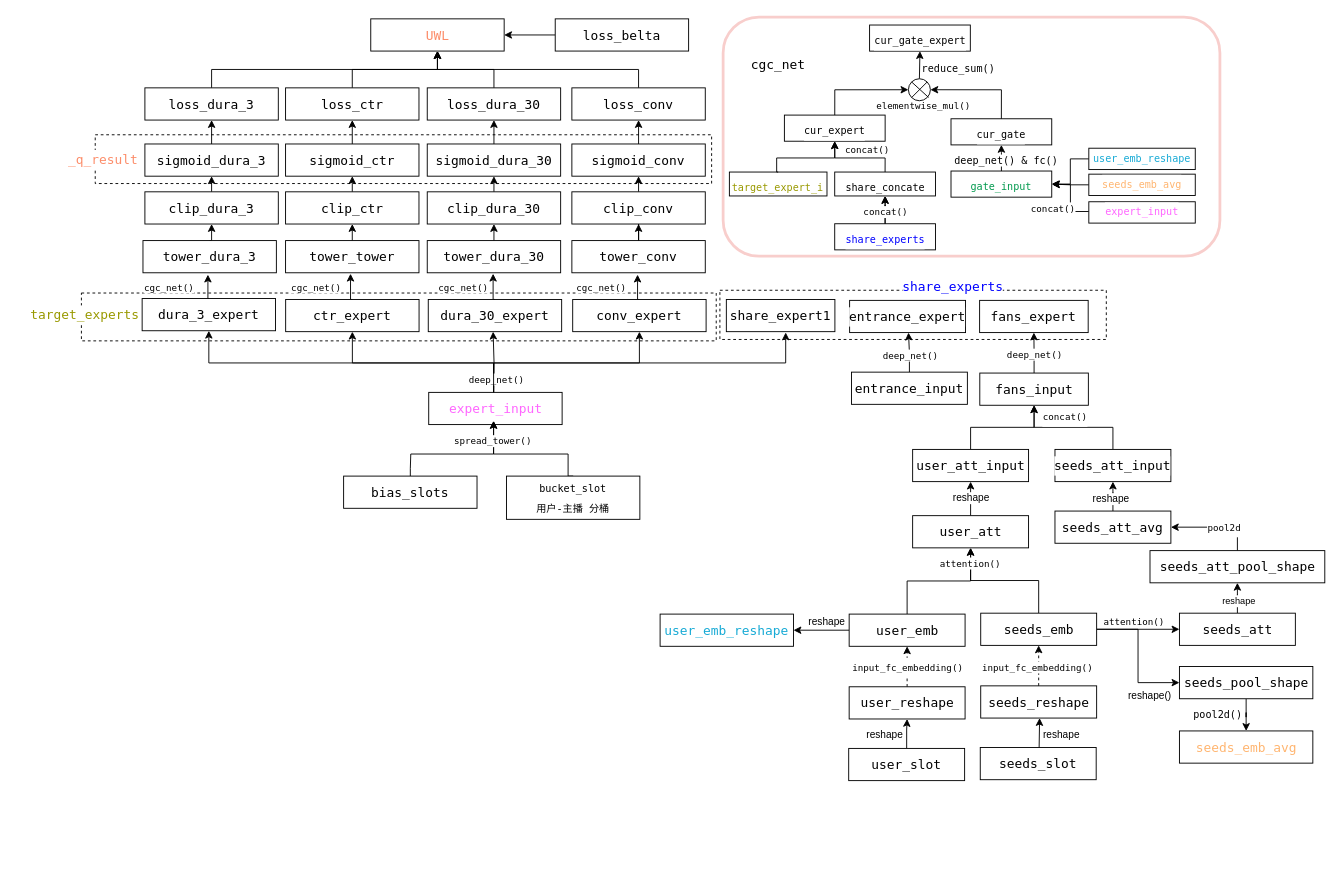
Above: immer_cgc_model.drawio in snorlaxse/draw.io (draw.io), before the change. Source tidied: cells renumbered, new cells numbered last; positions are measured from the earlier drawing's top-left corner, leaving out a move shared by most shapes. Both pictures are drawn from the tidied source at 92%, with x=0, y=0 at pixel (15, 17).
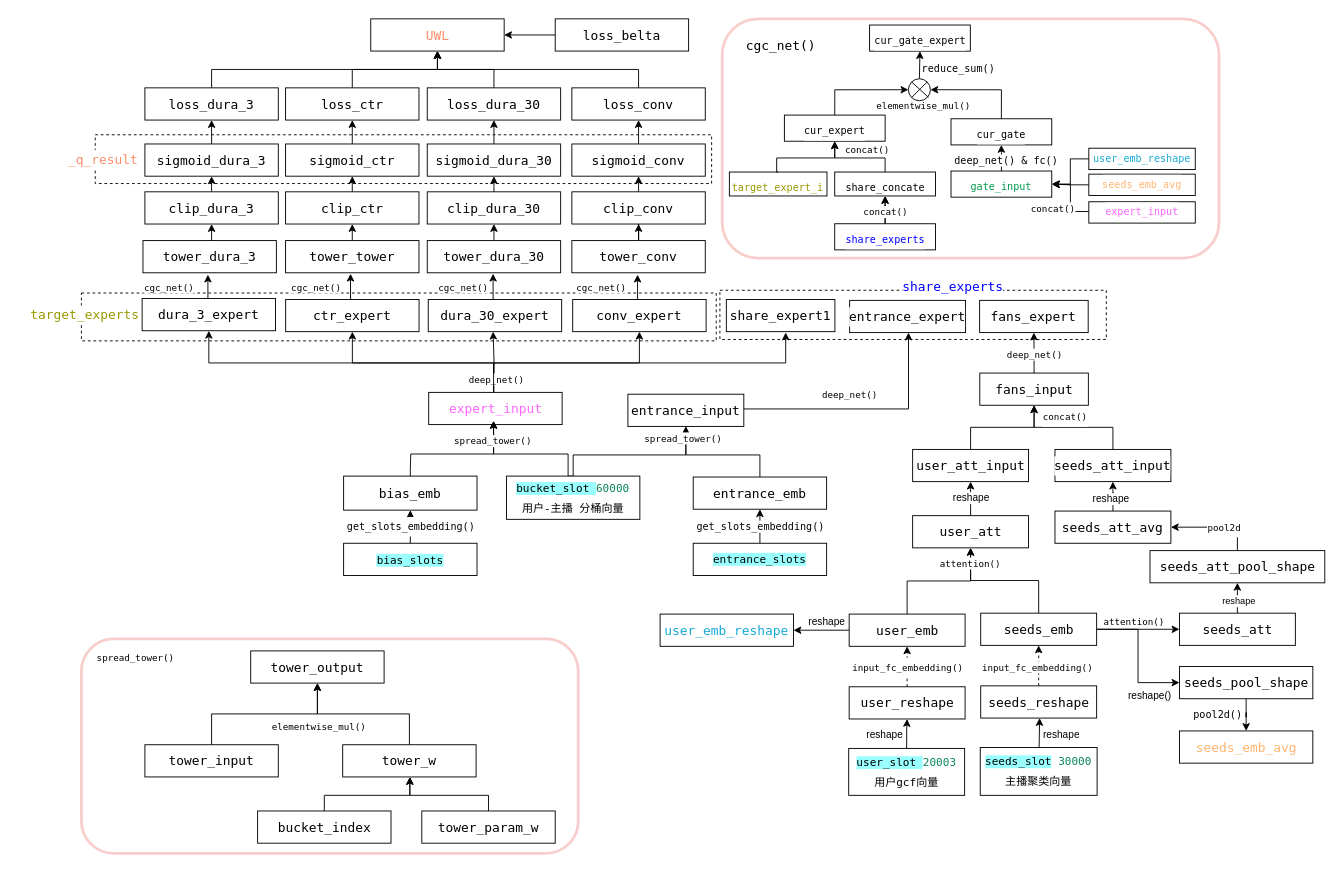
After the change.

Unchanged cells that the change refers to:
```xml
<mxCell id="138" style="group;rotation=0;fontSize=11;" parent="1" vertex="1">
  <mxGeometry x="970.9" y="67.1" width="25.3" height="24.3" as="geometry" />
</mxCell>
```

Diff of the diagram source:
```diff
@@
     <mxCell id="2" style="rounded=1;whiteSpace=wrap;html=1;fillColor=none;strokeColor=#f8cecc;strokeWidth=3;fontSize=11;" parent="1" vertex="1">
-      <mxGeometry x="769.5" width="540" height="260" as="geometry" />
+      <mxGeometry x="768.5" y="2" width="540" height="260" as="geometry" />
     </mxCell>
@@
-    <mxCell id="20" value="&lt;div style=&quot;background-color: rgb(255, 255, 255); font-family: &amp;quot;Fira Code&amp;quot;, Menlo, Monaco, &amp;quot;Courier New&amp;quot;, monospace; font-size: 14px; line-height: 21px; white-space: pre;&quot;&gt;&lt;div style=&quot;line-height: 21px;&quot;&gt;&lt;div style=&quot;line-height: 21px;&quot;&gt;bias_slots&lt;br&gt;&lt;/div&gt;&lt;/div&gt;&lt;/div&gt;" style="rounded=0;whiteSpace=wrap;html=1;" parent="1" vertex="1">
-      <mxGeometry x="357" y="499" width="145" height="35" as="geometry" />
+    <mxCell id="20" value="&lt;div style=&quot;font-family: &amp;quot;Fira Code&amp;quot;, Menlo, Monaco, &amp;quot;Courier New&amp;quot;, monospace; font-size: 14px; line-height: 21px; white-space: pre;&quot;&gt;&lt;div style=&quot;line-height: 21px;&quot;&gt;&lt;div style=&quot;line-height: 21px;&quot;&gt;&lt;div style=&quot;background-color: rgb(255, 255, 255); line-height: 21px;&quot;&gt;bias_emb&lt;/div&gt;&lt;/div&gt;&lt;/div&gt;&lt;/div&gt;" style="rounded=0;whiteSpace=wrap;html=1;" parent="1" vertex="1">
+      <mxGeometry x="357" y="499" width="145" height="37" as="geometry" />
     </mxCell>
@@
+    <mxCell id="150" style="edgeStyle=orthogonalEdgeStyle;rounded=0;jettySize=auto;html=1;exitX=0.5;exitY=0;exitDx=0;exitDy=0;" parent="1" edge="1" source="23" target="40">
+      <mxGeometry relative="1" as="geometry">
+        <Array as="points">
+          <mxPoint x="607" y="476" />
+          <mxPoint x="729" y="476" />
+        </Array>
+      </mxGeometry>
+    </mxCell>
-    <mxCell id="23" value="&lt;div style=&quot;background-color: rgb(255, 255, 255); font-family: &amp;quot;Fira Code&amp;quot;, Menlo, Monaco, &amp;quot;Courier New&amp;quot;, monospace; line-height: 21px; white-space: pre;&quot;&gt;&lt;div style=&quot;line-height: 21px;&quot;&gt;&lt;div style=&quot;line-height: 21px;&quot;&gt;&lt;div style=&quot;line-height: 21px;&quot;&gt;&lt;div style=&quot;line-height: 21px;&quot;&gt;&lt;div style=&quot;line-height: 21px;&quot;&gt;&lt;font style=&quot;font-size: 11px;&quot;&gt;bucket_slot&lt;/font&gt;&lt;/div&gt;&lt;div style=&quot;line-height: 21px;&quot;&gt;&lt;font style=&quot;font-size: 11px;&quot;&gt;用户-主播 分桶&lt;/font&gt;&lt;/div&gt;&lt;/div&gt;&lt;/div&gt;&lt;/div&gt;&lt;/div&gt;&lt;/div&gt;" style="rounded=0;whiteSpace=wrap;html=1;" parent="1" vertex="1">
+    <mxCell id="23" value="&lt;div style=&quot;font-family: &amp;quot;Fira Code&amp;quot;, Menlo, Monaco, &amp;quot;Courier New&amp;quot;, monospace; line-height: 21px; white-space: pre;&quot;&gt;&lt;div style=&quot;line-height: 21px;&quot;&gt;&lt;div style=&quot;line-height: 21px;&quot;&gt;&lt;div style=&quot;line-height: 21px;&quot;&gt;&lt;div style=&quot;line-height: 21px;&quot;&gt;&lt;div style=&quot;line-height: 21px;&quot;&gt;&lt;font style=&quot;font-size: 12px;&quot;&gt;&lt;font style=&quot;background-color: rgb(153, 255, 255);&quot;&gt;bucket_slot &lt;/font&gt;&lt;span style=&quot;color: rgb(9, 134, 88); background-color: rgb(255, 255, 255);&quot;&gt;60000&lt;/span&gt;&lt;/font&gt;&lt;/div&gt;&lt;div style=&quot;background-color: rgb(255, 255, 255); line-height: 21px;&quot;&gt;&lt;font style=&quot;font-size: 12px;&quot;&gt;用户-主播 分桶向量&lt;/font&gt;&lt;/div&gt;&lt;/div&gt;&lt;/div&gt;&lt;/div&gt;&lt;/div&gt;&lt;/div&gt;" style="rounded=0;whiteSpace=wrap;html=1;" parent="1" vertex="1">
       <mxGeometry x="534" y="499" width="145" height="47" as="geometry" />
     </mxCell>
@@
     <mxCell id="38" style="edgeStyle=orthogonalEdgeStyle;rounded=0;jettySize=auto;html=1;exitX=0.5;exitY=0;exitDx=0;exitDy=0;entryX=0.5;entryY=1;entryDx=0;entryDy=0;" parent="1" edge="1" source="40">
       <mxGeometry relative="1" as="geometry">
         <mxPoint x="971" y="343" as="targetPoint" />
+        <Array as="points">
+          <mxPoint x="729" y="426" />
+          <mxPoint x="971" y="426" />
+        </Array>
       </mxGeometry>
     </mxCell>
     <mxCell id="39" value="&lt;span style=&quot;font-family: &amp;quot;Fira Code&amp;quot;, Menlo, Monaco, &amp;quot;Courier New&amp;quot;, monospace; white-space-collapse: preserve;&quot;&gt;&lt;font style=&quot;font-size: 10px;&quot;&gt;deep_net()&lt;/font&gt;&lt;/span&gt;" style="edgeLabel;html=1;align=center;verticalAlign=middle;fontFamily=Helvetica;fontSize=11;fontColor=default;labelBackgroundColor=default;" parent="38" vertex="1">
       <mxGeometry x="0.13" y="-1" relative="1" as="geometry">
-        <mxPoint y="6" as="offset" />
+        <mxPoint y="-17" as="offset" />
       </mxGeometry>
     </mxCell>
     <mxCell id="40" value="&lt;div style=&quot;background-color: rgb(255, 255, 255); font-family: &amp;quot;Fira Code&amp;quot;, Menlo, Monaco, &amp;quot;Courier New&amp;quot;, monospace; font-size: 14px; line-height: 21px; white-space: pre;&quot;&gt;&lt;div style=&quot;line-height: 21px;&quot;&gt;entrance_input&lt;/div&gt;&lt;/div&gt;" style="rounded=0;whiteSpace=wrap;html=1;" parent="1" vertex="1">
-      <mxGeometry x="909" y="386" width="126" height="35" as="geometry" />
+      <mxGeometry x="666" y="410" width="126" height="35" as="geometry" />
     </mxCell>
@@
-    <mxCell id="109" value="&lt;div style=&quot;background-color: rgb(255, 255, 255); font-family: &amp;quot;Fira Code&amp;quot;, Menlo, Monaco, &amp;quot;Courier New&amp;quot;, monospace; font-size: 14px; line-height: 21px; white-space: pre;&quot;&gt;&lt;div style=&quot;line-height: 21px;&quot;&gt;&lt;div style=&quot;line-height: 21px;&quot;&gt;user_slot&lt;/div&gt;&lt;/div&gt;&lt;/div&gt;" style="rounded=0;whiteSpace=wrap;html=1;" parent="1" vertex="1">
-      <mxGeometry x="906" y="795" width="126" height="35" as="geometry" />
+    <mxCell id="109" value="&lt;div style=&quot;font-family: &amp;quot;Fira Code&amp;quot;, Menlo, Monaco, &amp;quot;Courier New&amp;quot;, monospace; line-height: 21px; white-space: pre;&quot;&gt;&lt;div style=&quot;line-height: 21px;&quot;&gt;&lt;div style=&quot;line-height: 21px;&quot;&gt;&lt;font style=&quot;font-size: 12px;&quot;&gt;&lt;span style=&quot;background-color: rgb(153, 255, 255);&quot;&gt;user_slot &lt;/span&gt;&lt;span style=&quot;color: rgb(9, 134, 88); background-color: rgb(255, 255, 255);&quot;&gt;20003&lt;/span&gt;&lt;/font&gt;&lt;/div&gt;&lt;div style=&quot;line-height: 21px;&quot;&gt;&lt;font style=&quot;font-size: 12px;&quot;&gt;&lt;div style=&quot;background-color: rgb(255, 255, 255); line-height: 21px;&quot;&gt;用户gcf向量&lt;/div&gt;&lt;/font&gt;&lt;/div&gt;&lt;/div&gt;&lt;/div&gt;" style="rounded=0;whiteSpace=wrap;html=1;" parent="1" vertex="1">
+      <mxGeometry x="906" y="795" width="126" height="51" as="geometry" />
     </mxCell>
@@
-    <mxCell id="111" value="&lt;div style=&quot;background-color: rgb(255, 255, 255); font-family: &amp;quot;Fira Code&amp;quot;, Menlo, Monaco, &amp;quot;Courier New&amp;quot;, monospace; font-size: 14px; line-height: 21px; white-space: pre;&quot;&gt;&lt;div style=&quot;line-height: 21px;&quot;&gt;&lt;div style=&quot;line-height: 21px;&quot;&gt;&lt;div style=&quot;line-height: 21px;&quot;&gt;seeds_slot&lt;/div&gt;&lt;/div&gt;&lt;/div&gt;&lt;/div&gt;" style="rounded=0;whiteSpace=wrap;html=1;" parent="1" vertex="1">
-      <mxGeometry x="1049" y="794" width="126" height="35" as="geometry" />
+    <mxCell id="111" value="&lt;div style=&quot;font-family: &amp;quot;Fira Code&amp;quot;, Menlo, Monaco, &amp;quot;Courier New&amp;quot;, monospace; line-height: 21px; white-space: pre;&quot;&gt;&lt;div style=&quot;line-height: 21px;&quot;&gt;&lt;div style=&quot;line-height: 21px;&quot;&gt;&lt;div style=&quot;line-height: 21px;&quot;&gt;&lt;font style=&quot;font-size: 12px;&quot;&gt;&lt;span style=&quot;background-color: rgb(153, 255, 255);&quot;&gt;seeds_slot&lt;/span&gt;&lt;span style=&quot;background-color: rgb(255, 255, 255);&quot;&gt; &lt;/span&gt;&lt;span style=&quot;background-color: rgb(255, 255, 255); color: rgb(9, 134, 88);&quot;&gt;30000&lt;/span&gt;&lt;/font&gt;&lt;/div&gt;&lt;div style=&quot;line-height: 21px;&quot;&gt;&lt;font style=&quot;font-size: 12px;&quot;&gt;&lt;div style=&quot;background-color: rgb(255, 255, 255); line-height: 21px;&quot;&gt;主播聚类向量&lt;/div&gt;&lt;/font&gt;&lt;/div&gt;&lt;/div&gt;&lt;/div&gt;&lt;/div&gt;" style="rounded=0;whiteSpace=wrap;html=1;align=center;" parent="1" vertex="1">
+      <mxGeometry x="1049" y="794" width="127" height="52" as="geometry" />
     </mxCell>
@@
-    <mxCell id="119" value="&lt;div style=&quot;background-color: rgb(255, 255, 255); font-family: &amp;quot;Fira Code&amp;quot;, Menlo, Monaco, &amp;quot;Courier New&amp;quot;, monospace; line-height: 21px; white-space-collapse: preserve;&quot;&gt;cgc_net&lt;/div&gt;" style="text;html=1;align=center;verticalAlign=middle;strokeColor=none;fillColor=none;fontSize=14;" parent="1" vertex="1">
-      <mxGeometry x="789.3" y="37.1" width="80" height="30" as="geometry" />
+    <mxCell id="119" value="&lt;div style=&quot;background-color: rgb(255, 255, 255); font-family: &amp;quot;Fira Code&amp;quot;, Menlo, Monaco, &amp;quot;Courier New&amp;quot;, monospace; line-height: 21px; white-space-collapse: preserve;&quot;&gt;cgc_net()&lt;/div&gt;" style="text;html=1;align=center;verticalAlign=middle;strokeColor=none;fillColor=none;fontSize=14;" parent="1" vertex="1">
+      <mxGeometry x="782.4" y="16" width="100" height="30" as="geometry" />
     </mxCell>
@@
+    <mxCell id="151" style="group;" parent="138" vertex="1">
+      <mxGeometry width="23.9" height="23.9" as="geometry" />
+    </mxCell>
-    <mxCell id="139" style="ellipse;whiteSpace=wrap;html=1;rotation=0;fontSize=11;" parent="138" vertex="1">
+    <mxCell id="139" style="ellipse;whiteSpace=wrap;html=1;rotation=0;fontSize=11;" parent="151" vertex="1">
       <mxGeometry width="23.9" height="23.9" as="geometry" />
     </mxCell>
-    <mxCell id="140" style="endArrow=none;html=1;rounded=0;entryX=1;entryY=0;entryDx=0;entryDy=0;exitX=0;exitY=1;exitDx=0;exitDy=0;fontSize=11;" parent="138" edge="1" source="139" target="139">
+    <mxCell id="140" style="endArrow=none;html=1;rounded=0;entryX=1;entryY=0;entryDx=0;entryDy=0;exitX=0;exitY=1;exitDx=0;exitDy=0;fontSize=11;" parent="151" edge="1" source="139" target="139">
       <mxGeometry relative="1" as="geometry" />
     </mxCell>
-    <mxCell id="141" style="endArrow=none;html=1;rounded=0;exitX=0;exitY=0;exitDx=0;exitDy=0;fontSize=11;" parent="138" edge="1" source="139">
+    <mxCell id="141" style="endArrow=none;html=1;rounded=0;exitX=0;exitY=0;exitDx=0;exitDy=0;fontSize=11;" parent="151" edge="1" source="139">
       <mxGeometry relative="1" as="geometry">
         <mxPoint x="21.9" y="20.3" as="targetPoint" />
       </mxGeometry>
     </mxCell>
@@
+    <mxCell id="152" style="edgeStyle=orthogonalEdgeStyle;rounded=0;jettySize=auto;html=1;entryX=0.5;entryY=1;entryDx=0;entryDy=0;" parent="1" edge="1" source="154" target="156">
+      <mxGeometry relative="1" as="geometry" />
+    </mxCell>
+    <mxCell id="153" value="&lt;span style=&quot;font-family: &amp;quot;Fira Code&amp;quot;, Menlo, Monaco, &amp;quot;Courier New&amp;quot;, monospace; white-space-collapse: preserve;&quot;&gt;get_slots_embedding()&lt;/span&gt;" style="edgeLabel;html=1;align=center;verticalAlign=middle;" parent="152" vertex="1">
+      <mxGeometry x="-0.01" relative="1" as="geometry" />
+    </mxCell>
+    <mxCell id="154" value="&lt;div style=&quot;font-family: &amp;quot;Fira Code&amp;quot;, Menlo, Monaco, &amp;quot;Courier New&amp;quot;, monospace; line-height: 21px; white-space: pre;&quot;&gt;&lt;div style=&quot;line-height: 21px;&quot;&gt;&lt;div style=&quot;line-height: 21px;&quot;&gt;&lt;div style=&quot;line-height: 21px;&quot;&gt;&lt;span style=&quot;background-color: rgb(153, 255, 255);&quot;&gt;&lt;font style=&quot;font-size: 12px;&quot;&gt;entrance_slots&lt;/font&gt;&lt;/span&gt;&lt;/div&gt;&lt;/div&gt;&lt;/div&gt;&lt;/div&gt;" style="rounded=0;whiteSpace=wrap;html=1;" parent="1" vertex="1">
+      <mxGeometry x="737" y="572" width="145" height="35" as="geometry" />
+    </mxCell>
+    <mxCell id="155" value="&lt;span style=&quot;font-family: &amp;quot;Fira Code&amp;quot;, Menlo, Monaco, &amp;quot;Courier New&amp;quot;, monospace; font-size: 10px; white-space-collapse: preserve;&quot;&gt;spread_tower()&lt;/span&gt;" style="edgeStyle=orthogonalEdgeStyle;rounded=0;jettySize=auto;html=1;" parent="1" edge="1" source="156" target="40">
+      <mxGeometry x="0.81" y="3" relative="1" as="geometry">
+        <Array as="points">
+          <mxPoint x="810" y="476" />
+          <mxPoint x="729" y="476" />
+        </Array>
+      </mxGeometry>
+    </mxCell>
+    <mxCell id="156" value="&lt;div style=&quot;font-family: &amp;quot;Fira Code&amp;quot;, Menlo, Monaco, &amp;quot;Courier New&amp;quot;, monospace; font-size: 14px; line-height: 21px; white-space: pre;&quot;&gt;&lt;div style=&quot;line-height: 21px;&quot;&gt;&lt;div style=&quot;line-height: 21px;&quot;&gt;&lt;div style=&quot;background-color: rgb(255, 255, 255); line-height: 21px;&quot;&gt;&lt;div style=&quot;line-height: 21px;&quot;&gt;entrance_emb&lt;/div&gt;&lt;/div&gt;&lt;/div&gt;&lt;/div&gt;&lt;/div&gt;" style="rounded=0;whiteSpace=wrap;html=1;" parent="1" vertex="1">
+      <mxGeometry x="737" y="500" width="145" height="35" as="geometry" />
+    </mxCell>
+    <mxCell id="157" value="&lt;div style=&quot;font-family: &amp;quot;Fira Code&amp;quot;, Menlo, Monaco, &amp;quot;Courier New&amp;quot;, monospace; line-height: 21px; white-space-collapse: preserve;&quot;&gt;&lt;font style=&quot;font-size: 11px;&quot;&gt;get_slots_embedding()&lt;/font&gt;&lt;/div&gt;" style="edgeStyle=orthogonalEdgeStyle;rounded=0;jettySize=auto;html=1;" parent="1" edge="1" source="158" target="20">
+      <mxGeometry relative="1" as="geometry" />
+    </mxCell>
+    <mxCell id="158" value="&lt;div style=&quot;font-family: &amp;quot;Fira Code&amp;quot;, Menlo, Monaco, &amp;quot;Courier New&amp;quot;, monospace; line-height: 21px; white-space: pre;&quot;&gt;&lt;div style=&quot;line-height: 21px;&quot;&gt;&lt;div style=&quot;line-height: 21px;&quot;&gt;&lt;div style=&quot;background-color: rgb(255, 255, 255); line-height: 21px;&quot;&gt;&lt;span style=&quot;background-color: rgb(153, 255, 255);&quot;&gt;&lt;font style=&quot;font-size: 12px;&quot;&gt;bias_slots&lt;/font&gt;&lt;/span&gt;&lt;span style=&quot;font-size: 14px;&quot;&gt;&lt;br&gt;&lt;/span&gt;&lt;/div&gt;&lt;/div&gt;&lt;/div&gt;&lt;/div&gt;" style="rounded=0;whiteSpace=wrap;html=1;" parent="1" vertex="1">
+      <mxGeometry x="357" y="572" width="145" height="35" as="geometry" />
+    </mxCell>
+    <mxCell id="159" style="rounded=1;whiteSpace=wrap;html=1;fillColor=none;strokeColor=#f8cecc;strokeWidth=3;fontSize=11;" parent="1" vertex="1">
+      <mxGeometry x="72" y="676" width="540" height="233" as="geometry" />
+    </mxCell>
+    <mxCell id="160" value="&lt;span style=&quot;color: rgb(0, 0, 0); font-family: &amp;quot;Fira Code&amp;quot;, Menlo, Monaco, &amp;quot;Courier New&amp;quot;, monospace; font-size: 10px; font-style: normal; font-variant-ligatures: normal; font-variant-caps: normal; font-weight: 400; letter-spacing: normal; orphans: 2; text-align: center; text-indent: 0px; text-transform: none; widows: 2; word-spacing: 0px; -webkit-text-stroke-width: 0px; white-space: pre; background-color: rgb(255, 255, 255); text-decoration-thickness: initial; text-decoration-style: initial; text-decoration-color: initial; display: inline !important; float: none;&quot;&gt;spread_tower()&lt;/span&gt;" style="text;whiteSpace=wrap;html=1;" parent="1" vertex="1">
+      <mxGeometry x="87" y="683" width="120" height="40" as="geometry" />
+    </mxCell>
+    <mxCell id="161" style="edgeStyle=orthogonalEdgeStyle;rounded=0;jettySize=auto;html=1;" parent="1" edge="1" source="163" target="170">
+      <mxGeometry relative="1" as="geometry" />
+    </mxCell>
+    <mxCell id="162" value="&lt;span style=&quot;font-family: &amp;quot;Fira Code&amp;quot;, Menlo, Monaco, &amp;quot;Courier New&amp;quot;, monospace; font-size: 10px; white-space-collapse: preserve;&quot;&gt;elementwise_mul()&lt;/span&gt;" style="edgeLabel;html=1;align=center;verticalAlign=middle;" parent="161" vertex="1">
+      <mxGeometry x="0.28" y="-1" relative="1" as="geometry">
+        <mxPoint x="33" y="13" as="offset" />
+      </mxGeometry>
+    </mxCell>
+    <mxCell id="163" value="&lt;div style=&quot;font-family: &amp;quot;Fira Code&amp;quot;, Menlo, Monaco, &amp;quot;Courier New&amp;quot;, monospace; line-height: 21px; white-space: pre;&quot;&gt;&lt;div style=&quot;line-height: 21px;&quot;&gt;&lt;div style=&quot;line-height: 21px;&quot;&gt;&lt;div style=&quot;background-color: rgb(255, 255, 255); line-height: 21px;&quot;&gt;&lt;div style=&quot;font-size: 14px; line-height: 21px;&quot;&gt;tower_input&lt;/div&gt;&lt;/div&gt;&lt;/div&gt;&lt;/div&gt;&lt;/div&gt;" style="rounded=0;whiteSpace=wrap;html=1;" parent="1" vertex="1">
+      <mxGeometry x="141" y="791" width="145" height="35" as="geometry" />
+    </mxCell>
+    <mxCell id="164" style="edgeStyle=orthogonalEdgeStyle;rounded=0;jettySize=auto;html=1;" parent="1" edge="1" source="165" target="170">
+      <mxGeometry relative="1" as="geometry" />
+    </mxCell>
+    <mxCell id="165" value="&lt;div style=&quot;font-family: &amp;quot;Fira Code&amp;quot;, Menlo, Monaco, &amp;quot;Courier New&amp;quot;, monospace; line-height: 21px; white-space: pre;&quot;&gt;&lt;div style=&quot;line-height: 21px;&quot;&gt;&lt;div style=&quot;line-height: 21px;&quot;&gt;&lt;div style=&quot;background-color: rgb(255, 255, 255); line-height: 21px;&quot;&gt;&lt;div style=&quot;font-size: 14px; line-height: 21px;&quot;&gt;&lt;div style=&quot;line-height: 21px;&quot;&gt;tower_w&lt;/div&gt;&lt;/div&gt;&lt;/div&gt;&lt;/div&gt;&lt;/div&gt;&lt;/div&gt;" style="rounded=0;whiteSpace=wrap;html=1;" parent="1" vertex="1">
+      <mxGeometry x="356" y="791" width="145" height="35" as="geometry" />
+    </mxCell>
+    <mxCell id="166" style="edgeStyle=orthogonalEdgeStyle;rounded=0;jettySize=auto;html=1;" parent="1" edge="1" source="167" target="165">
+      <mxGeometry relative="1" as="geometry">
+        <Array as="points">
+          <mxPoint x="514" y="846" />
+          <mxPoint x="429" y="846" />
+        </Array>
+      </mxGeometry>
+    </mxCell>
+    <mxCell id="167" value="&lt;div style=&quot;font-family: &amp;quot;Fira Code&amp;quot;, Menlo, Monaco, &amp;quot;Courier New&amp;quot;, monospace; line-height: 21px; white-space: pre;&quot;&gt;&lt;div style=&quot;line-height: 21px;&quot;&gt;&lt;div style=&quot;line-height: 21px;&quot;&gt;&lt;div style=&quot;background-color: rgb(255, 255, 255); line-height: 21px;&quot;&gt;&lt;div style=&quot;font-size: 14px; line-height: 21px;&quot;&gt;&lt;div style=&quot;line-height: 21px;&quot;&gt;&lt;div style=&quot;line-height: 21px;&quot;&gt;tower_param_w&lt;/div&gt;&lt;/div&gt;&lt;/div&gt;&lt;/div&gt;&lt;/div&gt;&lt;/div&gt;&lt;/div&gt;" style="rounded=0;whiteSpace=wrap;html=1;" parent="1" vertex="1">
+      <mxGeometry x="442" y="863" width="145" height="35" as="geometry" />
+    </mxCell>
+    <mxCell id="168" style="edgeStyle=orthogonalEdgeStyle;rounded=0;jettySize=auto;html=1;" parent="1" edge="1" source="169" target="165">
+      <mxGeometry relative="1" as="geometry">
+        <Array as="points">
+          <mxPoint x="336" y="846" />
+          <mxPoint x="429" y="846" />
+        </Array>
+      </mxGeometry>
+    </mxCell>
+    <mxCell id="169" value="&lt;div style=&quot;font-family: &amp;quot;Fira Code&amp;quot;, Menlo, Monaco, &amp;quot;Courier New&amp;quot;, monospace; line-height: 21px; white-space: pre;&quot;&gt;&lt;div style=&quot;line-height: 21px;&quot;&gt;&lt;div style=&quot;line-height: 21px;&quot;&gt;&lt;div style=&quot;background-color: rgb(255, 255, 255); line-height: 21px;&quot;&gt;&lt;div style=&quot;font-size: 14px; line-height: 21px;&quot;&gt;&lt;div style=&quot;line-height: 21px;&quot;&gt;bucket_index&lt;/div&gt;&lt;/div&gt;&lt;/div&gt;&lt;/div&gt;&lt;/div&gt;&lt;/div&gt;" style="rounded=0;whiteSpace=wrap;html=1;" parent="1" vertex="1">
+      <mxGeometry x="263.5" y="863" width="145" height="35" as="geometry" />
+    </mxCell>
+    <mxCell id="170" value="&lt;div style=&quot;font-family: &amp;quot;Fira Code&amp;quot;, Menlo, Monaco, &amp;quot;Courier New&amp;quot;, monospace; line-height: 21px; white-space: pre;&quot;&gt;&lt;div style=&quot;line-height: 21px;&quot;&gt;&lt;div style=&quot;line-height: 21px;&quot;&gt;&lt;div style=&quot;background-color: rgb(255, 255, 255); line-height: 21px;&quot;&gt;&lt;div style=&quot;font-size: 14px; line-height: 21px;&quot;&gt;&lt;div style=&quot;line-height: 21px;&quot;&gt;tower_output&lt;/div&gt;&lt;/div&gt;&lt;/div&gt;&lt;/div&gt;&lt;/div&gt;&lt;/div&gt;" style="rounded=0;whiteSpace=wrap;html=1;" parent="1" vertex="1">
+      <mxGeometry x="256" y="689" width="145" height="35" as="geometry" />
+    </mxCell>
```
